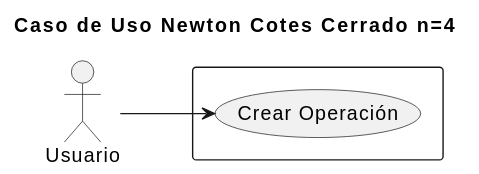
Above: imágenes/casosUso/casosUsoDiferenciacionNumericaEIntegracion/casoUsoNewtonCotesC4.svg in rodri5villa/numath-API (PlantUML), before the change.
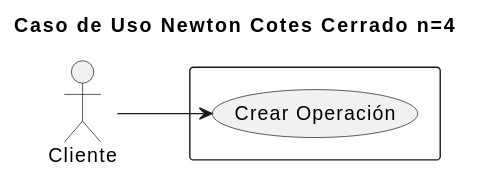
After the commit.

Change to the diagram source:
```diff
@@ -3,7 +3,7 @@
 
 left to right direction
 
-actor Usuario as user
+actor Cliente as user
 
 rectangle  {
     usecase "Crear Operación" as crear
```
